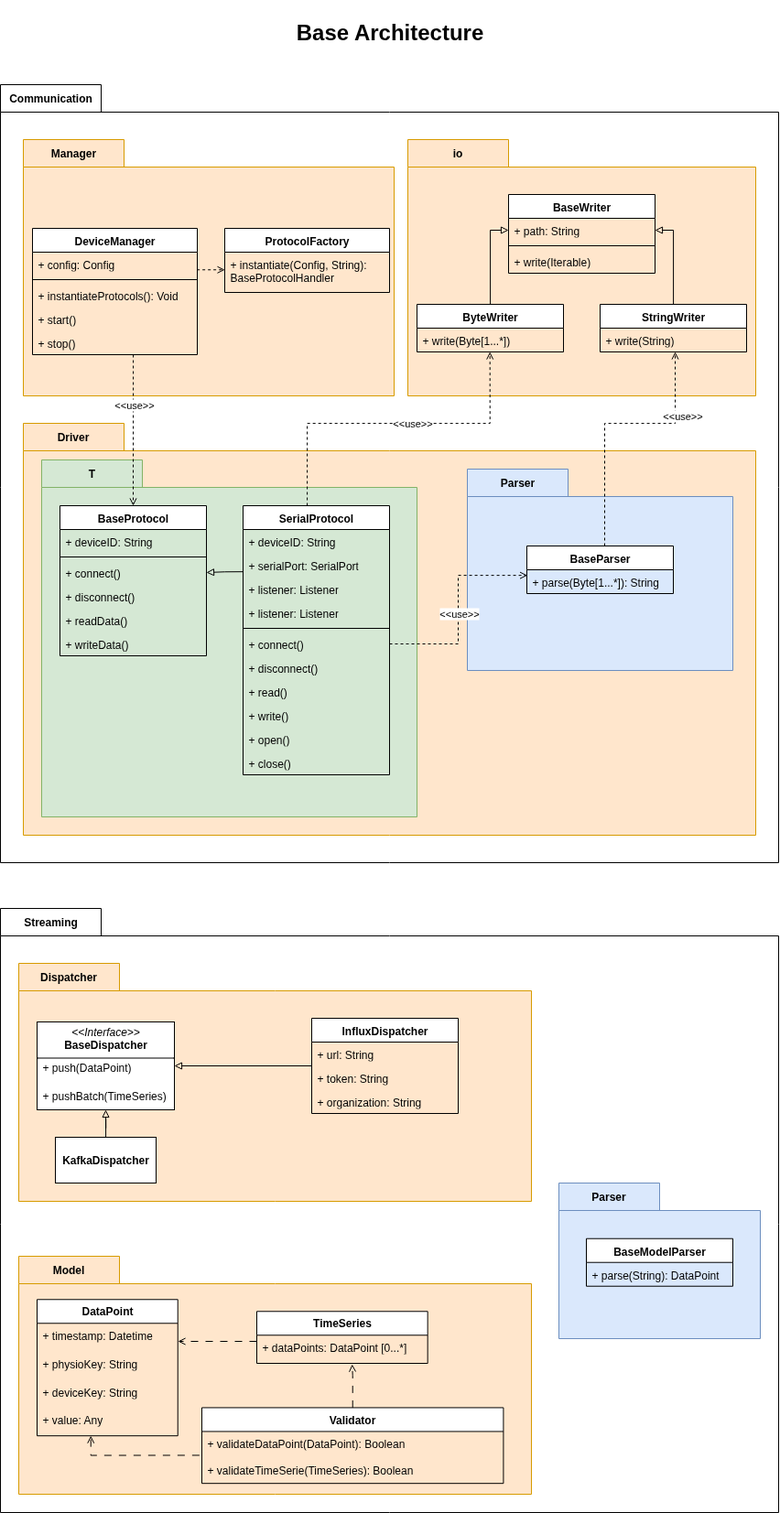
Above: images/model_diagram_no_vertx_model.drawio.png in rwth-imi/FRAMED (draw.io), before the change. Source tidied: cells renumbered, new cells last; positions are measured from the earlier drawing's top-left corner, leaving out a move shared by most shapes.
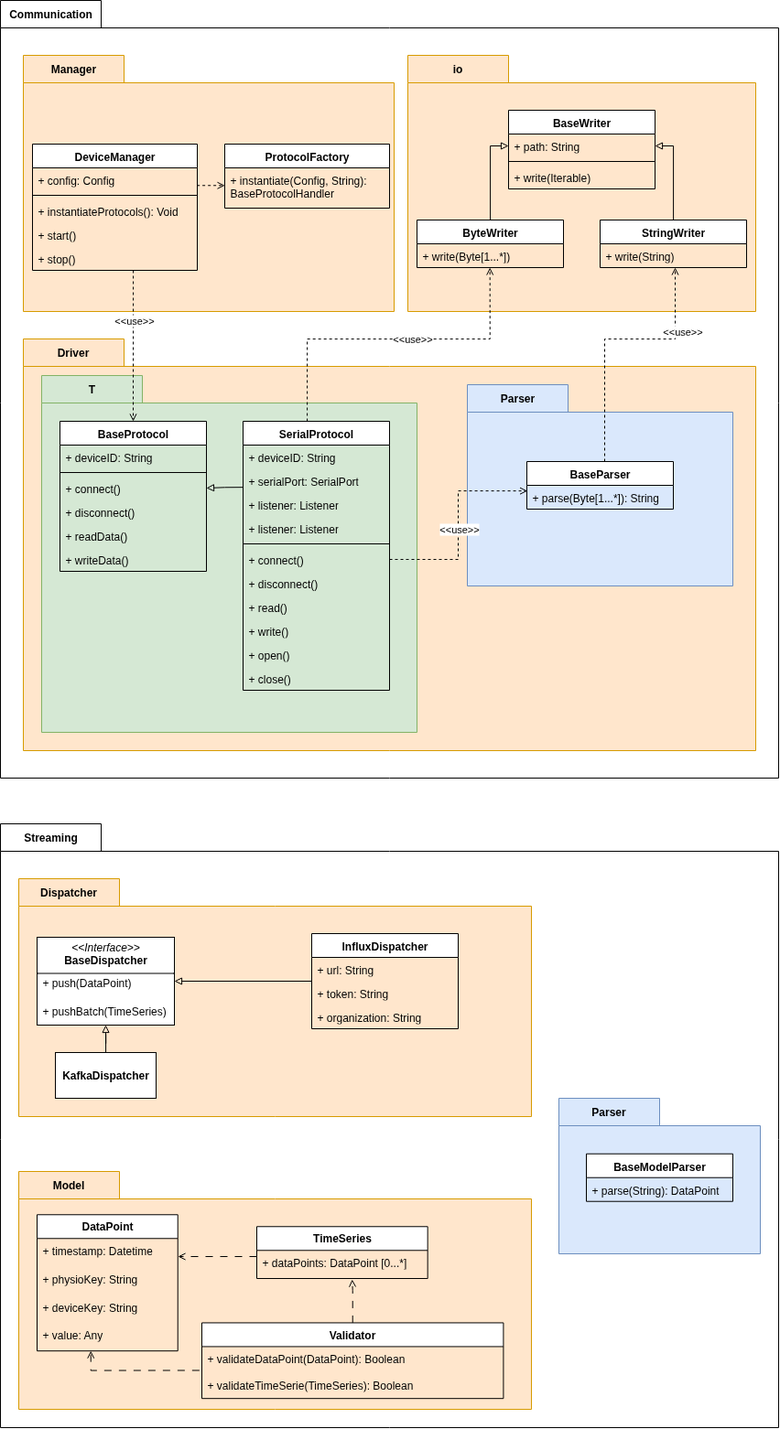
Later version of the same file.

Diff of the diagram source:
```diff
@@ -296,8 +296,5 @@
     <mxCell id="87" value="+ parse(String): DataPoint&lt;div&gt;&lt;br&gt;&lt;/div&gt;" style="text;strokeColor=none;fillColor=none;align=left;verticalAlign=top;spacingLeft=4;spacingRight=4;overflow=hidden;whiteSpace=wrap;html=1;" parent="86" vertex="1">
       <mxGeometry y="26" width="160" height="26" as="geometry" />
     </mxCell>
-    <mxCell id="88" value="&lt;h1&gt;Base Architecture&lt;/h1&gt;" style="text;html=1;align=center;verticalAlign=middle;strokeColor=none;fillColor=none;" parent="1" vertex="1">
-      <mxGeometry x="310" width="230" height="70" as="geometry" />
-    </mxCell>
   </root>
 </mxGraphModel>
```
